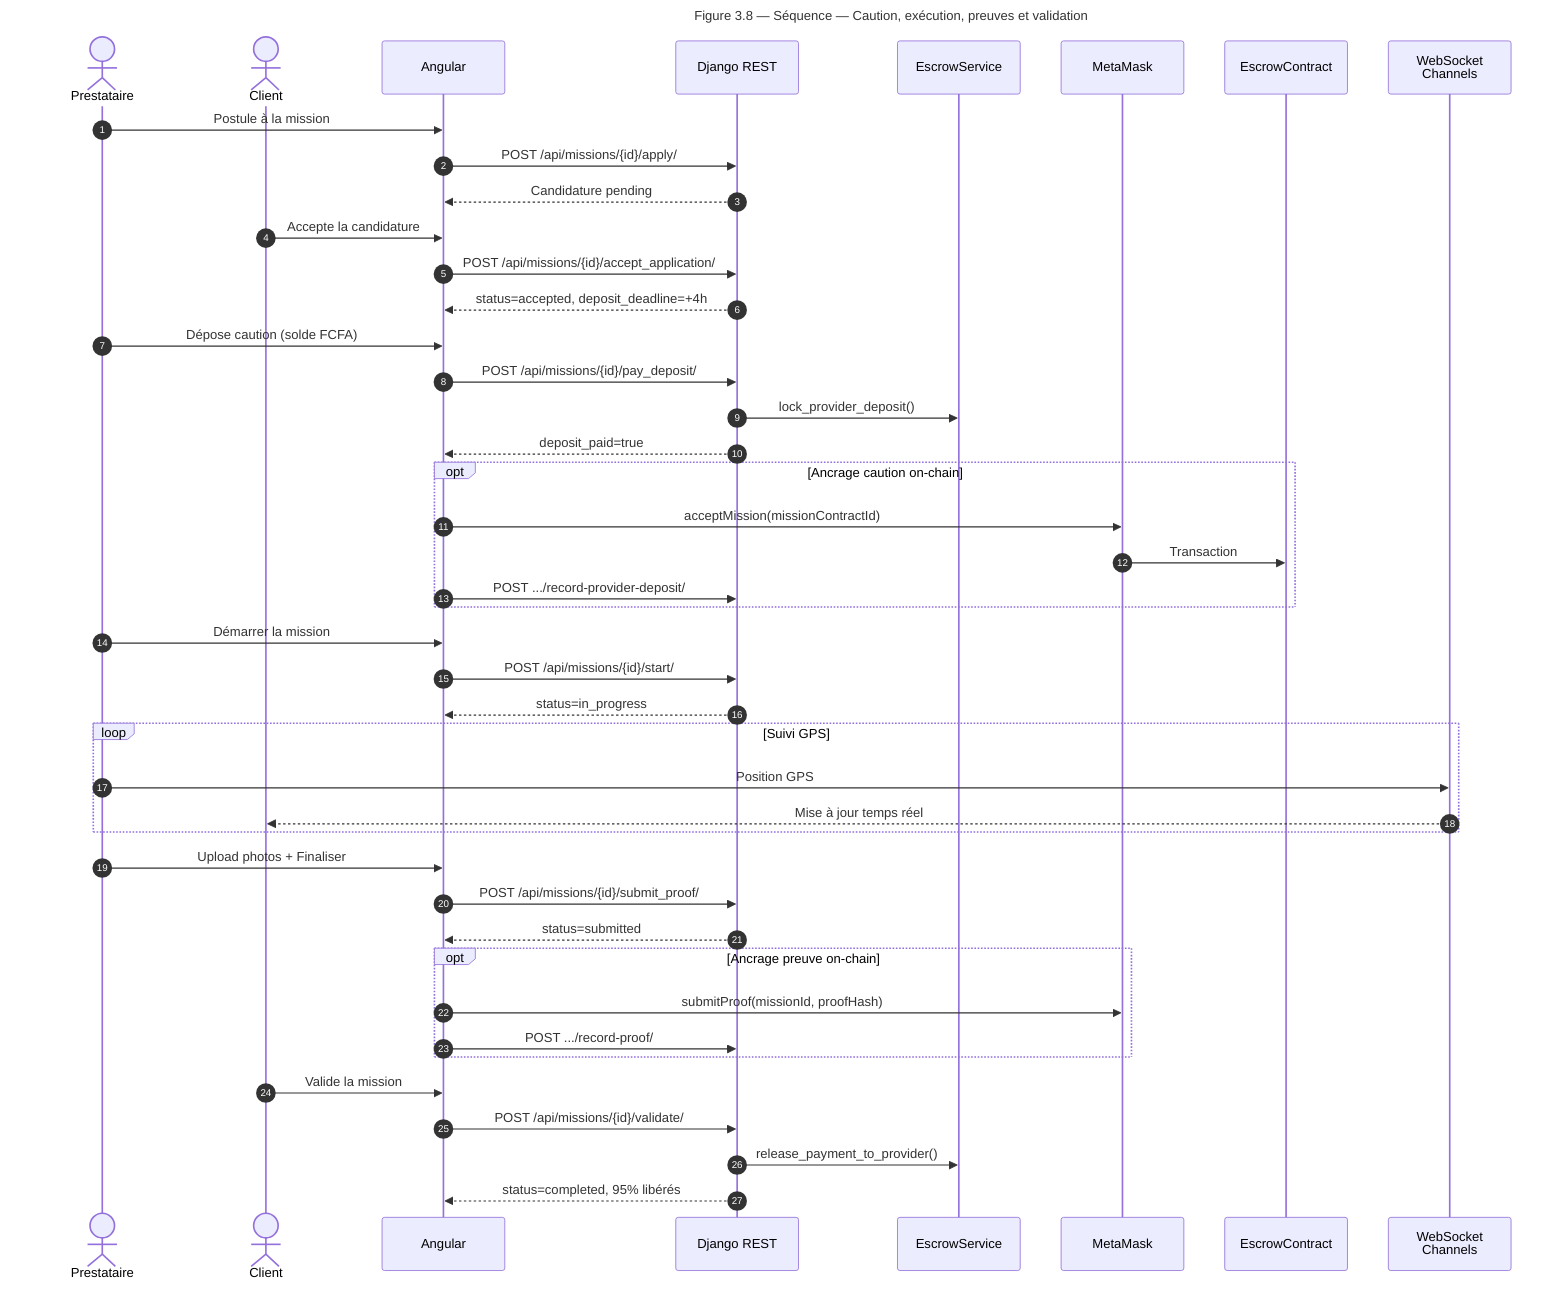
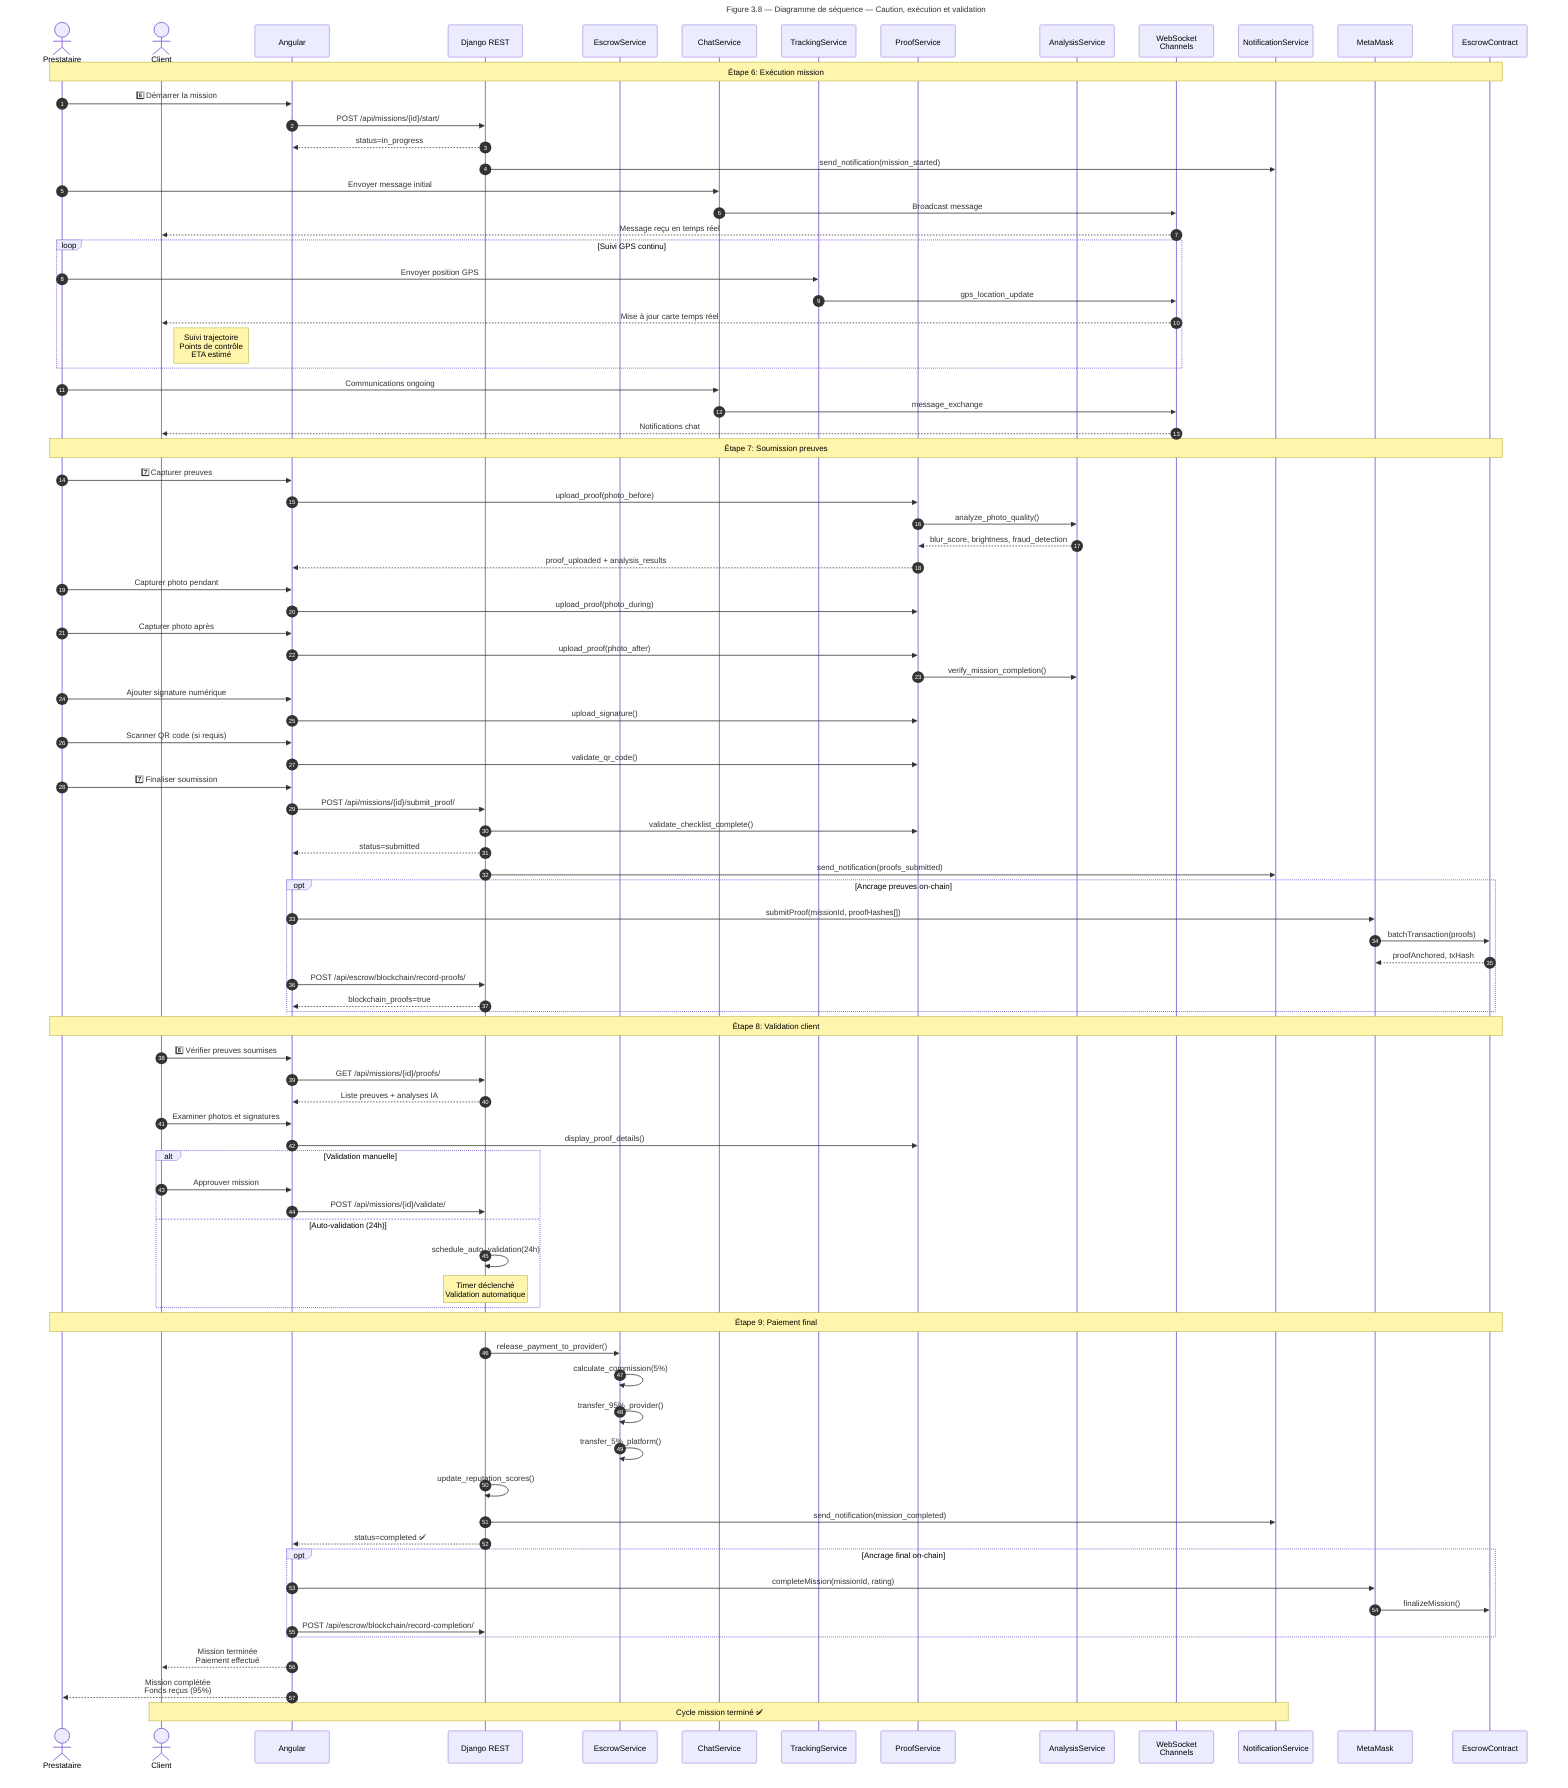
---
- title: Figure 3.8 — Séquence — Caution, exécution, preuves et validation
+ title: Figure 3.8 — Diagramme de séquence — Caution, exécution et validation
---
sequenceDiagram
    autonumber
    actor Prestataire
    actor Client
    participant FE as Angular
    participant API as Django REST
    participant ESC as EscrowService
+     participant Chat as ChatService
+     participant Track as TrackingService
+     participant Proof as ProofService
+     participant AI as AnalysisService
+     participant WS as WebSocket<br/>Channels
+     participant Notif as NotificationService
    participant MM as MetaMask
    participant SC as EscrowContract
-     participant WS as WebSocket<br/>Channels

-     Prestataire->>FE: Postule à la mission
-     FE->>API: POST /api/missions/{id}/apply/
-     API-->>FE: Candidature pending
+     Note over Prestataire,SC: Étape 6: Exécution mission

-     Client->>FE: Accepte la candidature
-     FE->>API: POST /api/missions/{id}/accept_application/
-     API-->>FE: status=accepted, deposit_deadline=+4h
+     Prestataire->>FE: 6️⃣ Démarrer la mission
+     FE->>API: POST /api/missions/{id}/start/
+     API-->>FE: status=in_progress
+     API->>Notif: send_notification(mission_started)

-     Prestataire->>FE: Dépose caution (solde FCFA)
-     FE->>API: POST /api/missions/{id}/pay_deposit/
-     API->>ESC: lock_provider_deposit()
-     API-->>FE: deposit_paid=true
+     Prestataire->>Chat: Envoyer message initial
+     Chat->>WS: Broadcast message
+     WS-->>Client: Message reçu en temps réel

-     opt Ancrage caution on-chain
-         FE->>MM: acceptMission(missionContractId)
-         MM->>SC: Transaction
-         FE->>API: POST .../record-provider-deposit/
+     loop Suivi GPS continu
+         Prestataire->>Track: Envoyer position GPS
+         Track->>WS: gps_location_update
+         WS-->>Client: Mise à jour carte temps réel
+         Note right of Client: Suivi trajectoire<br/>Points de contrôle<br/>ETA estimé
    end

-     Prestataire->>FE: Démarrer la mission
-     FE->>API: POST /api/missions/{id}/start/
-     API-->>FE: status=in_progress
+     Prestataire->>Chat: Communications ongoing
+     Chat->>WS: message_exchange
+     WS-->>Client: Notifications chat

-     loop Suivi GPS
-         Prestataire->>WS: Position GPS
-         WS-->>Client: Mise à jour temps réel
+     Note over Prestataire,SC: Étape 7: Soumission preuves
+ 
+     Prestataire->>FE: 7️⃣ Capturer preuves
+     FE->>Proof: upload_proof(photo_before)
+     Proof->>AI: analyze_photo_quality()
+     AI-->>Proof: blur_score, brightness, fraud_detection
+     Proof-->>FE: proof_uploaded + analysis_results
+ 
+     Prestataire->>FE: Capturer photo pendant
+     FE->>Proof: upload_proof(photo_during)
+ 
+     Prestataire->>FE: Capturer photo après
+     FE->>Proof: upload_proof(photo_after)
+     Proof->>AI: verify_mission_completion()
+ 
+     Prestataire->>FE: Ajouter signature numérique
+     FE->>Proof: upload_signature()
+ 
+     Prestataire->>FE: Scanner QR code (si requis)
+     FE->>Proof: validate_qr_code()
+ 
+     Prestataire->>FE: 7️⃣ Finaliser soumission
+     FE->>API: POST /api/missions/{id}/submit_proof/
+     API->>Proof: validate_checklist_complete()
+     API-->>FE: status=submitted
+     API->>Notif: send_notification(proofs_submitted)
+ 
+     opt Ancrage preuves on-chain
+         FE->>MM: submitProof(missionId, proofHashes[])
+         MM->>SC: batchTransaction(proofs)
+         SC-->>MM: proofAnchored, txHash
+         FE->>API: POST /api/escrow/blockchain/record-proofs/
+         API-->>FE: blockchain_proofs=true
    end

-     Prestataire->>FE: Upload photos + Finaliser
-     FE->>API: POST /api/missions/{id}/submit_proof/
-     API-->>FE: status=submitted
+     Note over Prestataire,SC: Étape 8: Validation client

-     opt Ancrage preuve on-chain
-         FE->>MM: submitProof(missionId, proofHash)
-         FE->>API: POST .../record-proof/
+     Client->>FE: 8️⃣ Vérifier preuves soumises
+     FE->>API: GET /api/missions/{id}/proofs/
+     API-->>FE: Liste preuves + analyses IA
+ 
+     Client->>FE: Examiner photos et signatures
+     FE->>Proof: display_proof_details()
+ 
+     alt Validation manuelle
+         Client->>FE: Approuver mission
+         FE->>API: POST /api/missions/{id}/validate/
+     else Auto-validation (24h)
+         API->>API: schedule_auto_validation(24h)
+         Note over API: Timer déclenché<br/>Validation automatique
    end

-     Client->>FE: Valide la mission
-     FE->>API: POST /api/missions/{id}/validate/
+     Note over Prestataire,SC: Étape 9: Paiement final
+ 
    API->>ESC: release_payment_to_provider()
-     API-->>FE: status=completed, 95% libérés
+     ESC->>ESC: calculate_commission(5%)
+     ESC->>ESC: transfer_95%_provider()
+     ESC->>ESC: transfer_5%_platform()
+ 
+     API->>API: update_reputation_scores()
+     API->>Notif: send_notification(mission_completed)
+     API-->>FE: status=completed ✅
+ 
+     opt Ancrage final on-chain
+         FE->>MM: completeMission(missionId, rating)
+         MM->>SC: finalizeMission()
+         FE->>API: POST /api/escrow/blockchain/record-completion/
+     end
+ 
+     FE-->>Client: Mission terminée<br/>Paiement effectué
+     FE-->>Prestataire: Mission complétée<br/>Fonds reçus (95%)
+ 
+     Note over Client,Notif: Cycle mission terminé ✅
